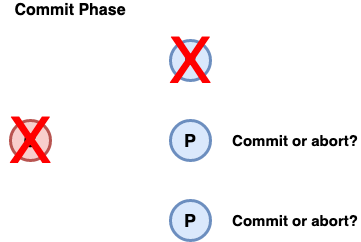
Above: diagrams/png/recovery_problem_in_2pc_2.png in wuyichen24/system-design-knowledge (draw.io), before the change. Source tidied: cells renumbered, new cells last; positions are measured from the earlier drawing's top-left corner, leaving out a move shared by most shapes. Source of this version:
```xml
<mxGraphModel>
  <root>
    <mxCell id="0" />
    <mxCell id="1" parent="0" />
    <mxCell id="2" value="&lt;font style=&quot;font-size: 18px&quot;&gt;&lt;b&gt;C&lt;/b&gt;&lt;/font&gt;" style="ellipse;whiteSpace=wrap;html=1;strokeWidth=3;fillColor=#f8cecc;strokeColor=#b85450;" parent="1" vertex="1">
      <mxGeometry x="10" y="120" width="40" height="40" as="geometry" />
    </mxCell>
    <mxCell id="3" value="&lt;font size=&quot;1&quot;&gt;&lt;b style=&quot;font-size: 18px&quot;&gt;P&lt;/b&gt;&lt;/font&gt;" style="ellipse;whiteSpace=wrap;html=1;strokeWidth=3;fillColor=#dae8fc;strokeColor=#6c8ebf;" parent="1" vertex="1">
      <mxGeometry x="170" y="40" width="40" height="40" as="geometry" />
    </mxCell>
    <mxCell id="4" value="&lt;font style=&quot;font-size: 18px&quot;&gt;&lt;b&gt;P&lt;/b&gt;&lt;/font&gt;" style="ellipse;whiteSpace=wrap;html=1;strokeWidth=3;fillColor=#dae8fc;strokeColor=#6c8ebf;" parent="1" vertex="1">
      <mxGeometry x="170" y="120" width="40" height="40" as="geometry" />
    </mxCell>
    <mxCell id="5" value="&lt;font style=&quot;font-size: 18px&quot;&gt;&lt;b&gt;P&lt;/b&gt;&lt;/font&gt;" style="ellipse;whiteSpace=wrap;html=1;strokeWidth=3;fillColor=#dae8fc;strokeColor=#6c8ebf;" parent="1" vertex="1">
      <mxGeometry x="170" y="200" width="40" height="40" as="geometry" />
    </mxCell>
    <mxCell id="6" value="&lt;font style=&quot;font-size: 16px&quot;&gt;&lt;b&gt;Commit Phase&lt;/b&gt;&lt;/font&gt;" style="text;html=1;strokeColor=none;fillColor=none;align=center;verticalAlign=middle;whiteSpace=wrap;rounded=0;" parent="1" vertex="1">
      <mxGeometry x="10" width="120" height="20" as="geometry" />
    </mxCell>
    <mxCell id="7" value="&lt;font style=&quot;font-size: 64px&quot; color=&quot;#ff0000&quot;&gt;X&lt;/font&gt;" style="text;html=1;strokeColor=none;fillColor=none;align=center;verticalAlign=middle;whiteSpace=wrap;rounded=0;" parent="1" vertex="1">
      <mxGeometry x="160" y="35" width="60" height="50" as="geometry" />
    </mxCell>
    <mxCell id="8" value="&lt;font style=&quot;font-size: 64px&quot; color=&quot;#ff0000&quot;&gt;X&lt;/font&gt;" style="text;html=1;strokeColor=none;fillColor=none;align=center;verticalAlign=middle;whiteSpace=wrap;rounded=0;" parent="1" vertex="1">
      <mxGeometry y="115" width="60" height="50" as="geometry" />
    </mxCell>
    <mxCell id="9" value="&lt;font style=&quot;font-size: 15px&quot;&gt;&lt;b&gt;Commit or abort?&lt;/b&gt;&lt;/font&gt;" style="text;html=1;strokeColor=none;fillColor=none;align=center;verticalAlign=middle;whiteSpace=wrap;rounded=0;" parent="1" vertex="1">
      <mxGeometry x="230" y="130" width="130" height="20" as="geometry" />
    </mxCell>
    <mxCell id="10" value="&lt;font style=&quot;font-size: 15px&quot;&gt;&lt;b&gt;Commit or abort?&lt;/b&gt;&lt;/font&gt;" style="text;html=1;strokeColor=none;fillColor=none;align=center;verticalAlign=middle;whiteSpace=wrap;rounded=0;" parent="1" vertex="1">
      <mxGeometry x="230" y="210" width="130" height="20" as="geometry" />
    </mxCell>
  </root>
</mxGraphModel>
```
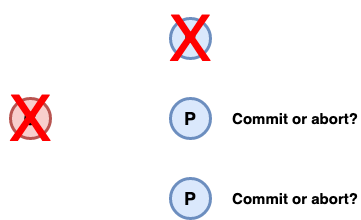
The same diagram one commit later.

The edit, as a diff of the source:
```diff
@@ -14,9 +14,6 @@
     <mxCell id="5" value="&lt;font style=&quot;font-size: 18px&quot;&gt;&lt;b&gt;P&lt;/b&gt;&lt;/font&gt;" style="ellipse;whiteSpace=wrap;html=1;strokeWidth=3;fillColor=#dae8fc;strokeColor=#6c8ebf;" parent="1" vertex="1">
       <mxGeometry x="170" y="200" width="40" height="40" as="geometry" />
     </mxCell>
-    <mxCell id="6" value="&lt;font style=&quot;font-size: 16px&quot;&gt;&lt;b&gt;Commit Phase&lt;/b&gt;&lt;/font&gt;" style="text;html=1;strokeColor=none;fillColor=none;align=center;verticalAlign=middle;whiteSpace=wrap;rounded=0;" parent="1" vertex="1">
-      <mxGeometry x="10" width="120" height="20" as="geometry" />
-    </mxCell>
     <mxCell id="7" value="&lt;font style=&quot;font-size: 64px&quot; color=&quot;#ff0000&quot;&gt;X&lt;/font&gt;" style="text;html=1;strokeColor=none;fillColor=none;align=center;verticalAlign=middle;whiteSpace=wrap;rounded=0;" parent="1" vertex="1">
       <mxGeometry x="160" y="35" width="60" height="50" as="geometry" />
     </mxCell>
```
